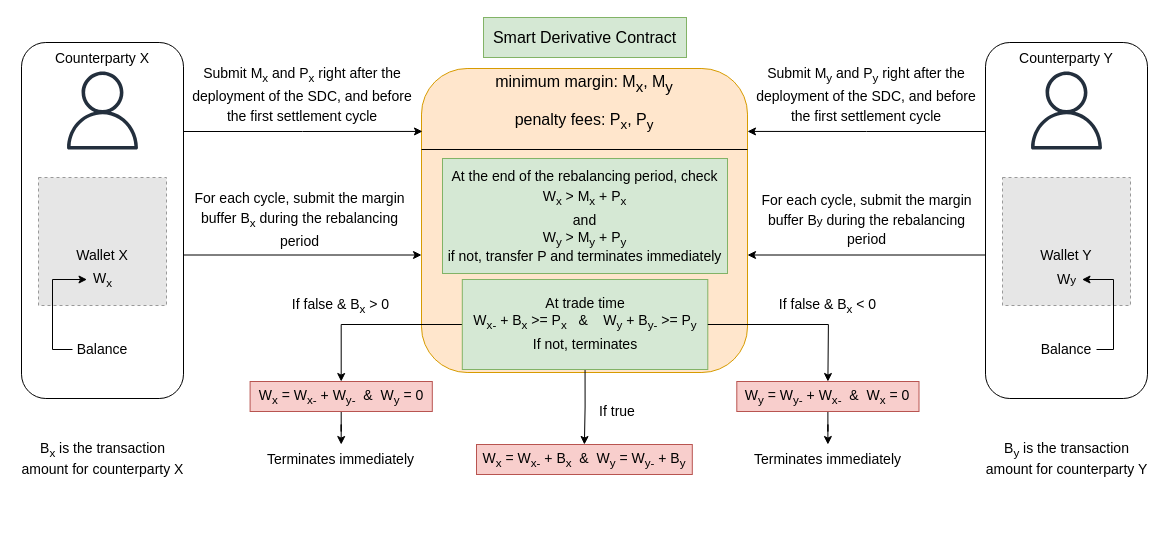
Before: page "Contract Wallet" (4 of 5) of qualitaX.drawio in Edoumou/drawings, a draw.io diagram. Source tidied: cells renumbered, new cells numbered last; positions are measured from the earlier drawing's top-left corner, leaving out a move shared by most shapes. Both pictures are drawn from the tidied source at 100%, with x=0, y=0 at pixel (16, 17). Pictures stored in the file or linked from it are replaced by grey dashed boxes.
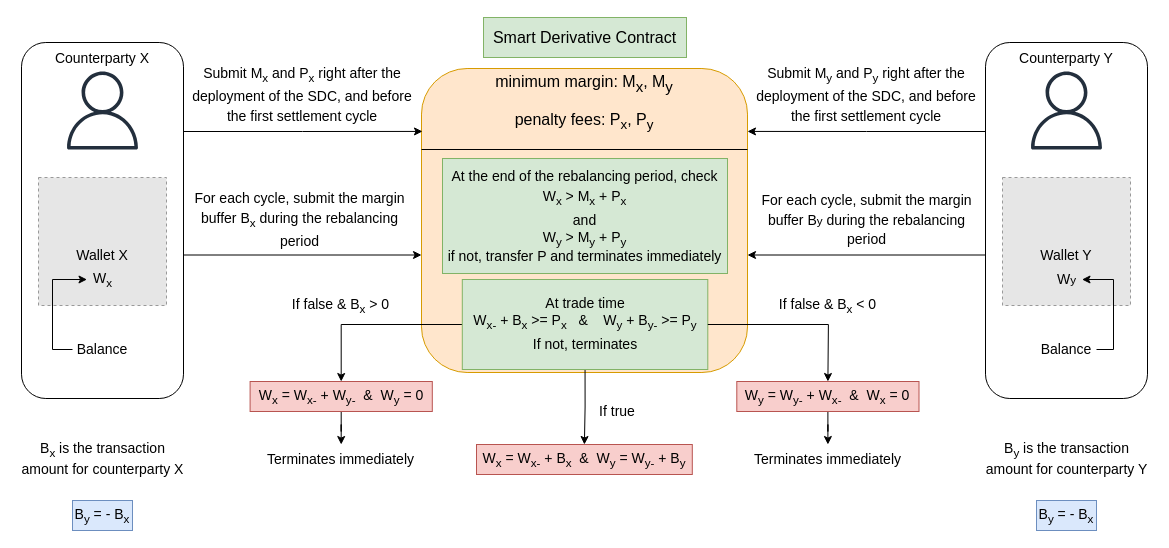
Above is the later version.

Change to the diagram source:
```diff
@@
+    <mxCell id="46" value="&lt;font style=&quot;font-size: 14px;&quot;&gt;B&lt;sub&gt;y&lt;/sub&gt; = - B&lt;sub&gt;x&lt;/sub&gt;&lt;/font&gt;" style="text;html=1;align=center;verticalAlign=middle;whiteSpace=wrap;rounded=0;fillColor=#dae8fc;strokeColor=#6c8ebf;" parent="1" vertex="1">
+      <mxGeometry x="1020" y="483" width="60" height="30" as="geometry" />
+    </mxCell>
+    <mxCell id="47" value="&lt;font style=&quot;font-size: 14px;&quot;&gt;B&lt;sub&gt;y&lt;/sub&gt; = - B&lt;sub&gt;x&lt;/sub&gt;&lt;/font&gt;" style="text;html=1;align=center;verticalAlign=middle;whiteSpace=wrap;rounded=0;fillColor=#dae8fc;strokeColor=#6c8ebf;" parent="1" vertex="1">
+      <mxGeometry x="56" y="483" width="60" height="30" as="geometry" />
+    </mxCell>
```
